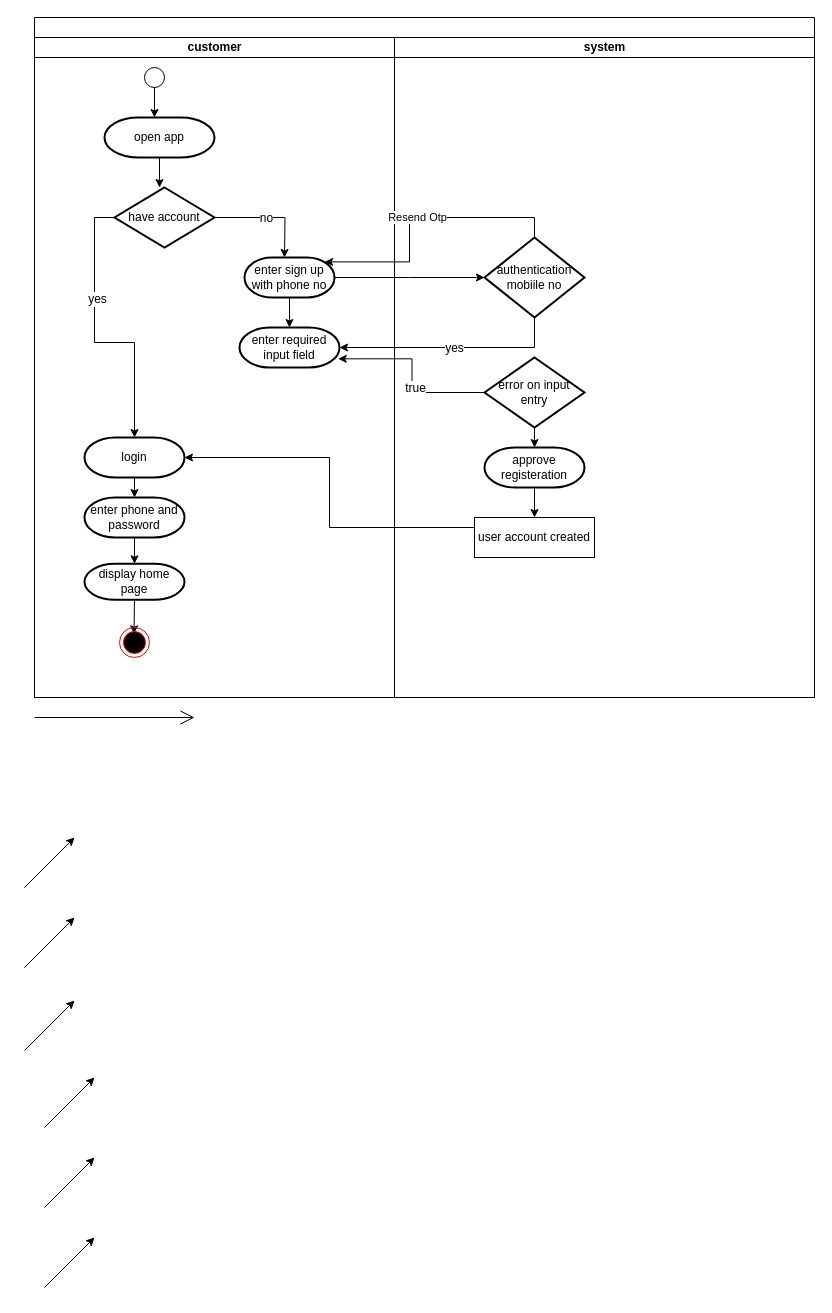
ezra126/vue-auth0 keeps this draw.io diagram as Untitled Diagram.drawio. Above is the earlier version. Source tidied: cells renumbered, new cells numbered last; positions are measured from the earlier drawing's top-left corner, leaving out a move shared by most shapes. Both pictures are drawn from the tidied source at 100%, with x=0, y=0 at pixel (24, 17).
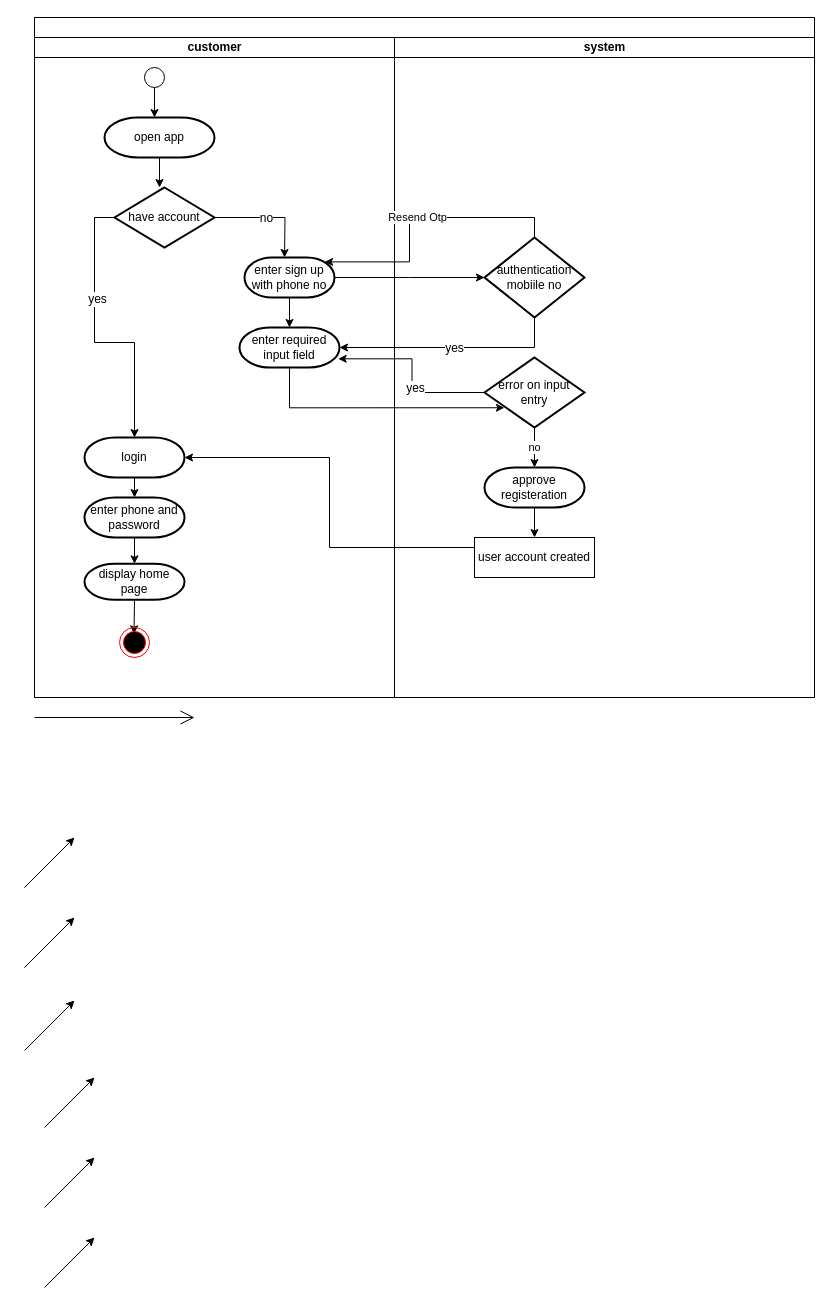
Above is the later version.

Unchanged cells that the change refers to:
```xml
<mxCell id="2" style="swimlane;html=1;startSize=20;" parent="1" vertex="1">
  <mxGeometry x="10" width="780" height="680" as="geometry" />
</mxCell>
<mxCell id="11" value="enter required input field" style="strokeWidth=2;html=1;shape=mxgraph.flowchart.terminator;whiteSpace=wrap;" parent="3" vertex="1">
  <mxGeometry x="205" y="290" width="100" height="40" as="geometry" />
</mxCell>
<mxCell id="19" value="system" style="swimlane;html=1;startSize=20;" parent="2" vertex="1">
  <mxGeometry x="360" y="20" width="420" height="660" as="geometry" />
</mxCell>
<mxCell id="22" value="error on input entry" style="strokeWidth=2;html=1;shape=mxgraph.flowchart.decision;whiteSpace=wrap;" parent="19" vertex="1">
  <mxGeometry x="90" y="320" width="100" height="70" as="geometry" />
</mxCell>
<mxCell id="29" style="edgeStyle=orthogonalEdgeStyle;rounded=0;jettySize=auto;html=1;exitX=0;exitY=0.5;exitDx=0;exitDy=0;exitPerimeter=0;entryX=0.987;entryY=0.783;entryDx=0;entryDy=0;entryPerimeter=0;" parent="2" edge="1" source="22" target="11">
  <mxGeometry relative="1" as="geometry" />
</mxCell>
```

Diff of the diagram source:
```diff
@@
-    <mxCell id="21" style="edgeStyle=orthogonalEdgeStyle;rounded=0;jettySize=auto;html=1;exitX=0.5;exitY=1;exitDx=0;exitDy=0;exitPerimeter=0;entryX=0.5;entryY=0;entryDx=0;entryDy=0;entryPerimeter=0;" parent="19" edge="1" source="22" target="24">
+    <mxCell id="21" value="no" style="edgeStyle=orthogonalEdgeStyle;rounded=0;jettySize=auto;html=1;exitX=0.5;exitY=1;exitDx=0;exitDy=0;exitPerimeter=0;entryX=0.5;entryY=0;entryDx=0;entryDy=0;entryPerimeter=0;" parent="19" edge="1" source="22" target="24">
       <mxGeometry relative="1" as="geometry" />
     </mxCell>
@@
     <mxCell id="23" style="edgeStyle=orthogonalEdgeStyle;rounded=0;jettySize=auto;html=1;exitX=0.5;exitY=1;exitDx=0;exitDy=0;exitPerimeter=0;entryX=0.5;entryY=0;entryDx=0;entryDy=0;" parent="19" edge="1" source="24" target="25">
-      <mxGeometry relative="1" as="geometry" />
+      <mxGeometry relative="1" as="geometry">
+        <Array as="points">
+          <mxPoint x="140" y="470" />
+          <mxPoint x="140" y="470" />
+        </Array>
+      </mxGeometry>
     </mxCell>
     <mxCell id="24" value="approve registeration" style="strokeWidth=2;html=1;shape=mxgraph.flowchart.terminator;whiteSpace=wrap;" parent="19" vertex="1">
-      <mxGeometry x="90" y="410" width="100" height="40" as="geometry" />
+      <mxGeometry x="90" y="430" width="100" height="40" as="geometry" />
     </mxCell>
     <mxCell id="25" value="user account created" style="rounded=0;whiteSpace=wrap;html=1;" parent="19" vertex="1">
-      <mxGeometry x="80" y="480" width="120" height="40" as="geometry" />
+      <mxGeometry x="80" y="500" width="120" height="40" as="geometry" />
     </mxCell>
@@
-    <mxCell id="30" value="true" style="text;html=1;align=center;verticalAlign=middle;labelBackgroundColor=#ffffff;" parent="29" vertex="1">
+    <mxCell id="30" value="yes" style="text;html=1;align=center;verticalAlign=middle;labelBackgroundColor=#ffffff;" parent="29" vertex="1">
       <mxGeometry x="-0.22" y="-5" relative="1" as="geometry" />
     </mxCell>
@@
+    <mxCell id="44" style="edgeStyle=orthogonalEdgeStyle;rounded=0;jettySize=auto;html=1;exitX=0.5;exitY=1;exitDx=0;exitDy=0;exitPerimeter=0;entryX=0.199;entryY=0.718;entryDx=0;entryDy=0;entryPerimeter=0;" parent="2" edge="1" source="11" target="22">
+      <mxGeometry relative="1" as="geometry" />
+    </mxCell>
```
